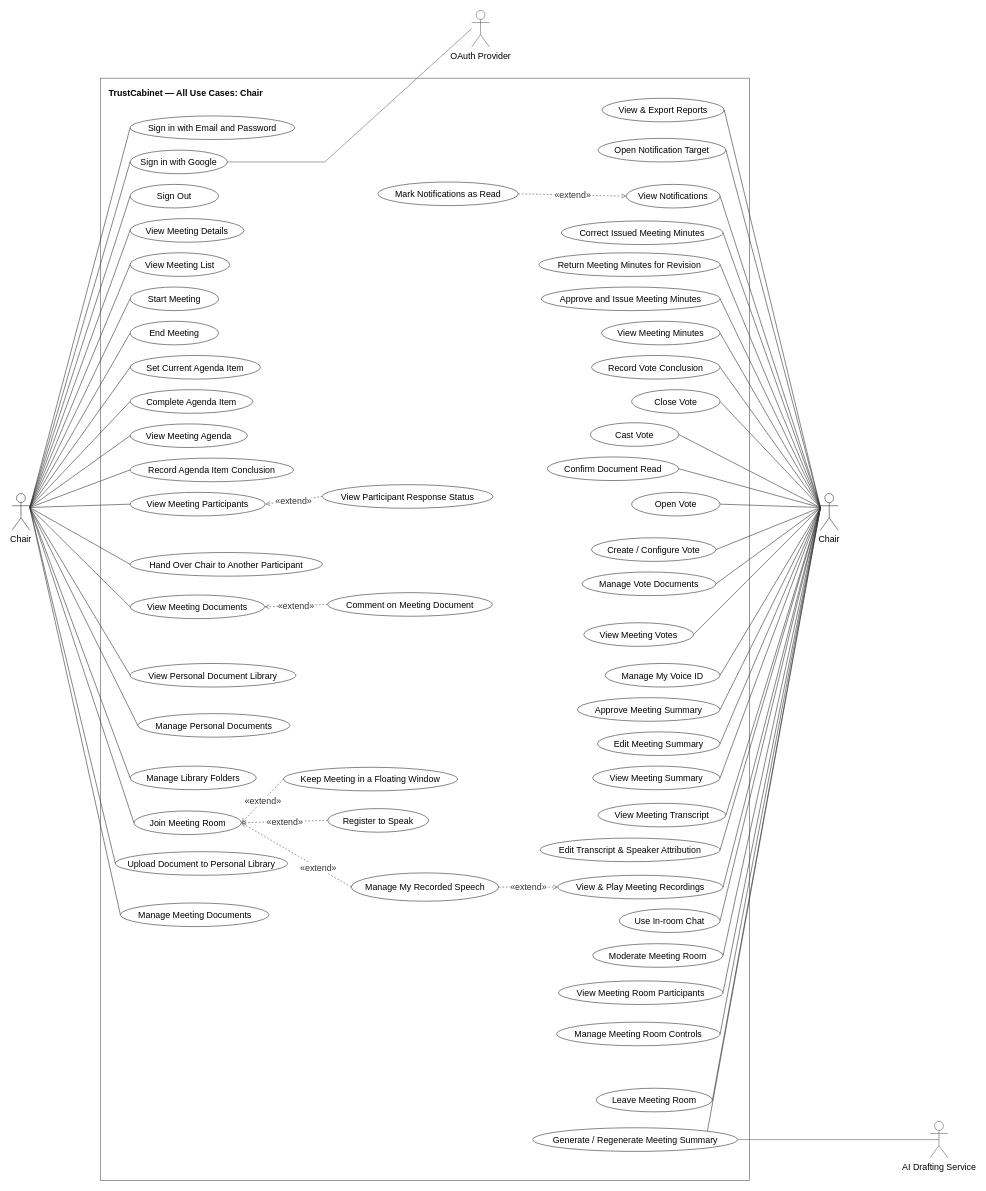
Above: page "Chair" (4 of 8) of docs/14-uc-diagram/trustcabinet-use-cases.drawio in callmehai/FU-FA26-G116 (draw.io), before the change. Source tidied: cells renumbered, new cells numbered last; positions are measured from the earlier drawing's top-left corner, leaving out a move shared by most shapes. Both pictures are drawn from the tidied source at 59%, with x=0, y=0 at pixel (12, 10).
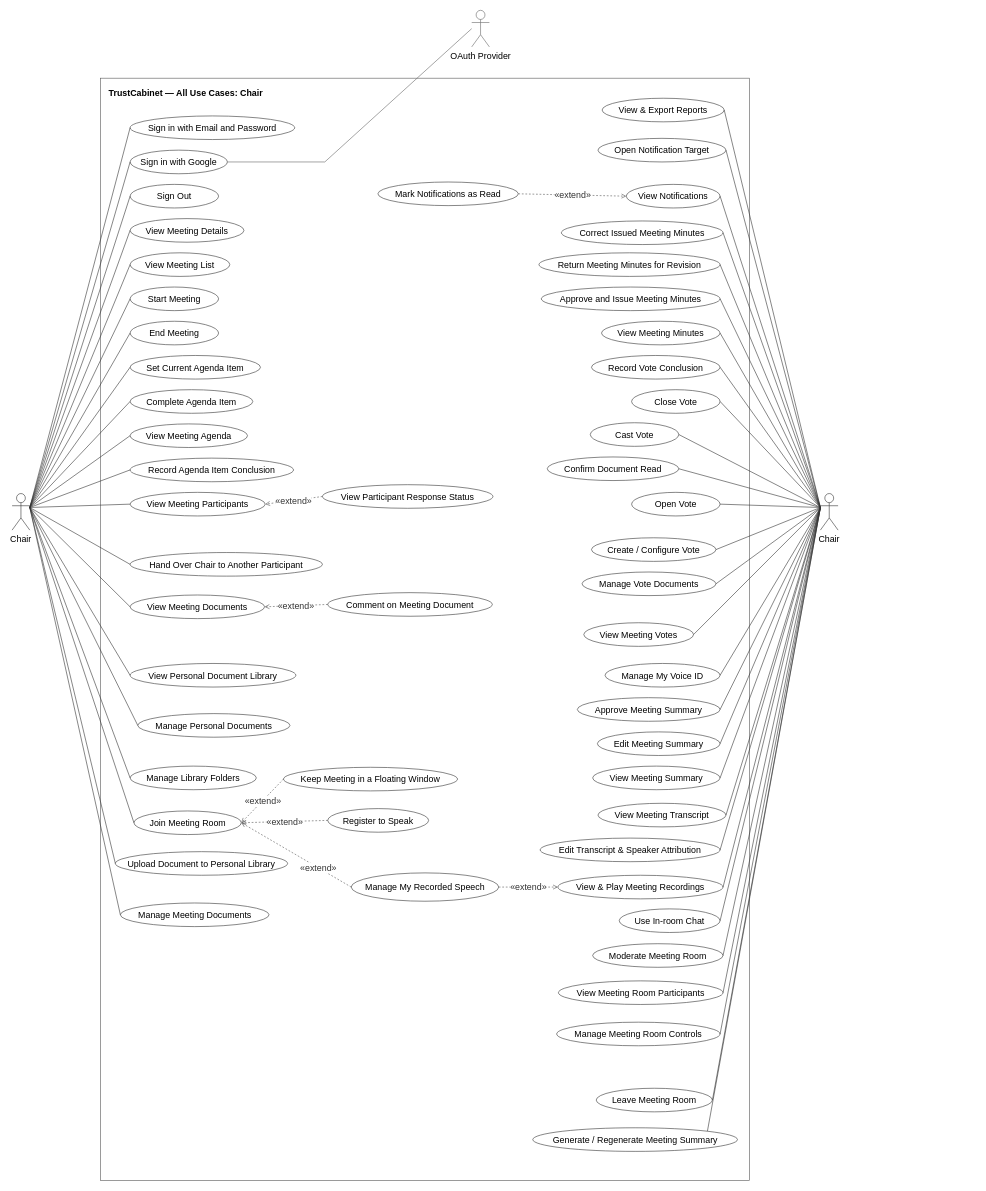
After the change.

The change refers to these unchanged cells:
```xml
<mxCell id="111" value="Generate / Regenerate Meeting Summary" style="ellipse;whiteSpace=wrap;html=1;align=center;verticalAlign=middle;fontSize=15;strokeColor=#333333;fillColor=#ffffff;" parent="1" vertex="1">
  <mxGeometry x="882.5" y="1894" width="347" height="40" as="geometry" />
</mxCell>
```

What changed in the source:
```diff
@@
-    <mxCell id="116" value="AI Drafting Service" style="shape=umlActor;verticalLabelPosition=bottom;verticalAlign=top;html=1;outlineConnect=0;fillColor=#ffffff;strokeColor=#666666;fontSize=15;" parent="1" vertex="1">
-      <mxGeometry x="1556" y="1883" width="30" height="62" as="geometry" />
-    </mxCell>
-    <mxCell id="117" style="rounded=0;strokeColor=#666666;html=1;strokeWidth=1;endArrow=none;startArrow=none;exitX=1;exitY=0.5;exitDx=0;exitDy=0;entryX=0.5;entryY=0.5;entryDx=0;entryDy=0;fontSize=15;entryPerimeter=0;" parent="1" edge="1" source="111" target="116">
-      <mxGeometry relative="1" as="geometry" />
-    </mxCell>
```
